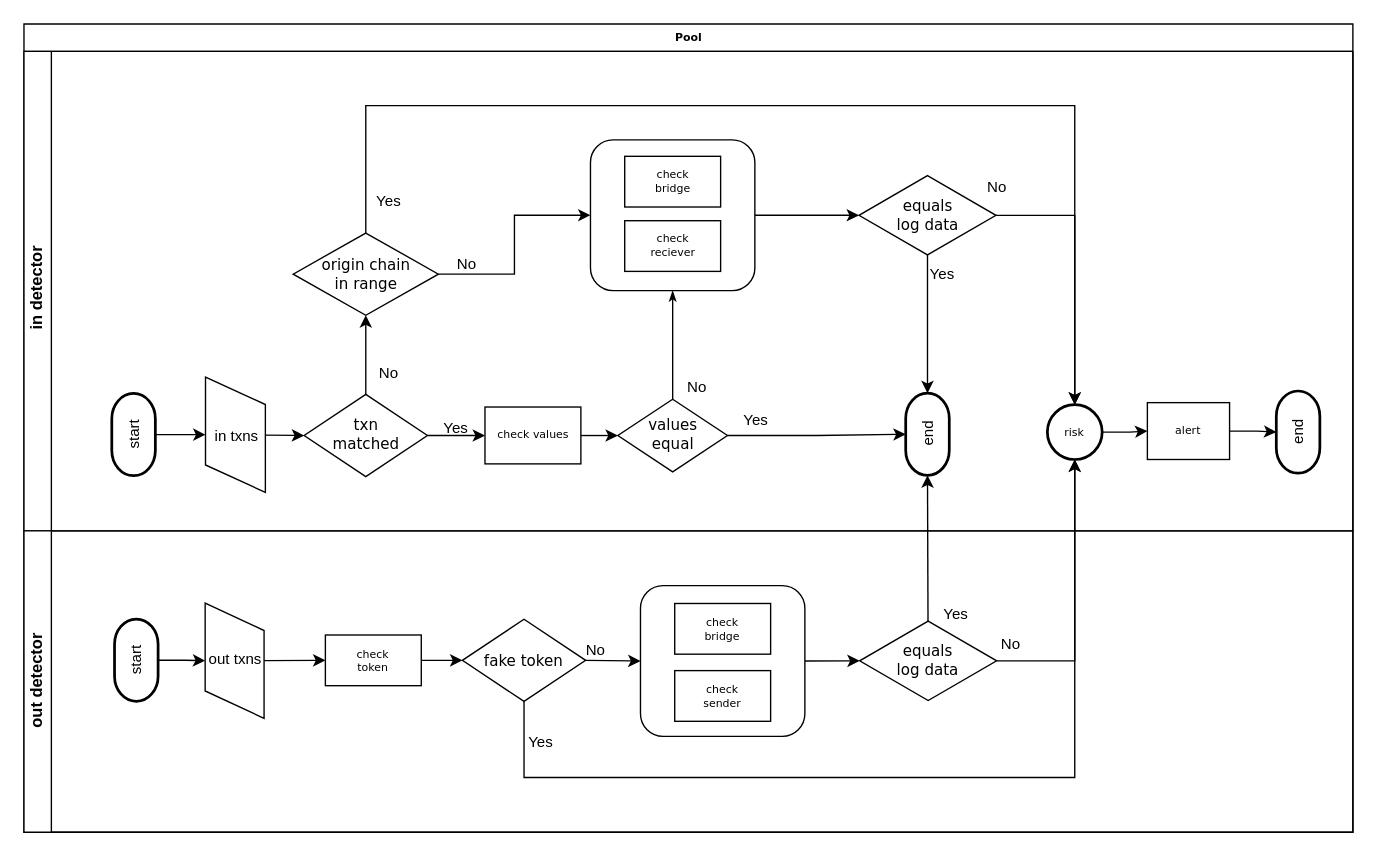
The draw.io diagram page "Page-1" (1 of 2) of 未命名绘图.drawio in newTechToX/cross_chain, before the edit. Source tidied: cells renumbered, new cells numbered last; positions are measured from the earlier drawing's top-left corner, leaving out a move shared by most shapes. Both pictures are drawn from the tidied source at 137%, with x=0, y=0 at pixel (23, 23).
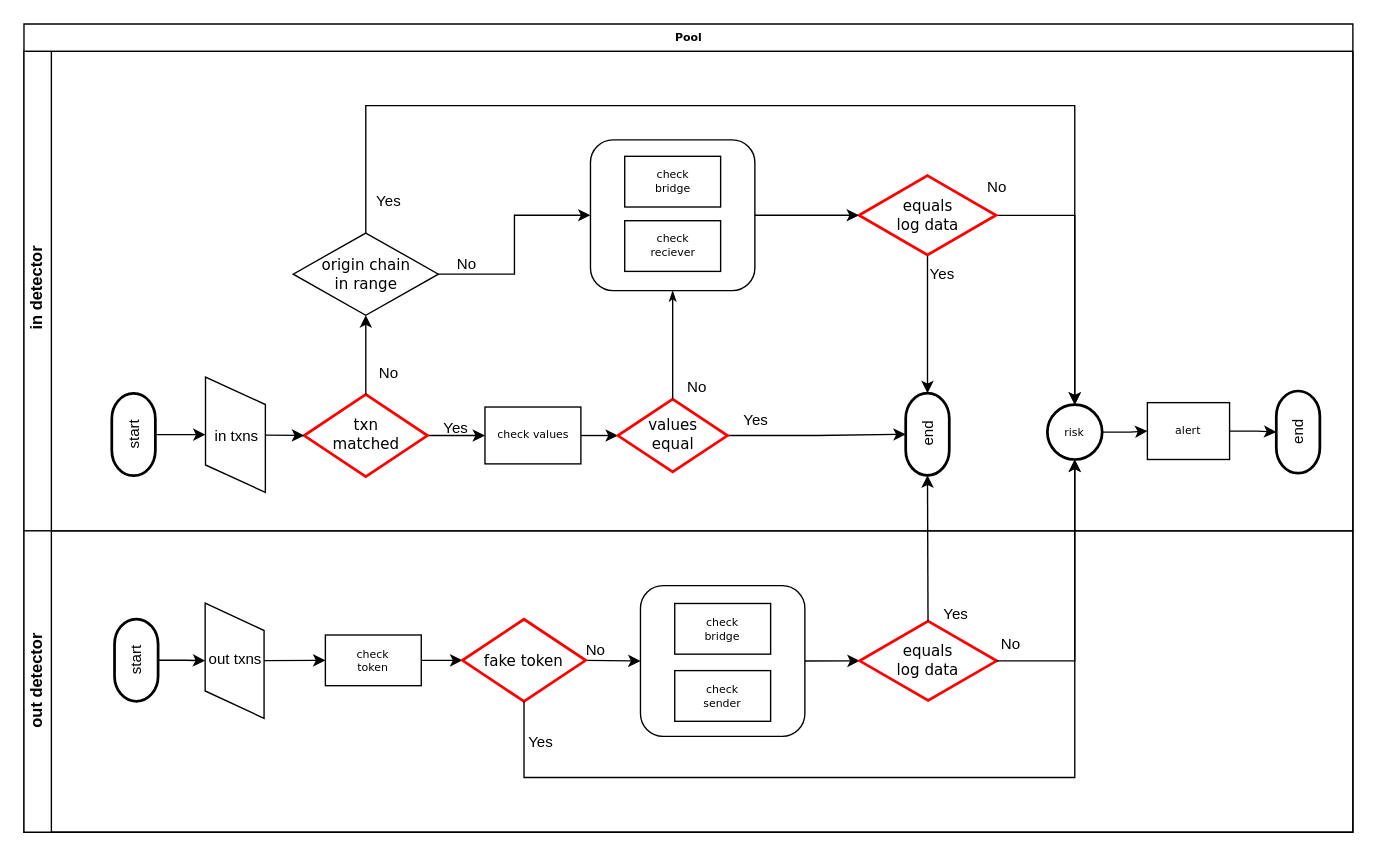
The same page after the edit.

The change refers to these unchanged cells:
```xml
<mxCell id="3" value="&amp;nbsp;in detector" style="swimlane;html=1;startSize=20;horizontal=0;" parent="2" vertex="1">
  <mxGeometry y="20" width="970" height="350" as="geometry" />
</mxCell>
<mxCell id="41" value="out detector" style="swimlane;html=1;startSize=20;horizontal=0;" parent="2" vertex="1">
  <mxGeometry y="370" width="970" height="220" as="geometry" />
</mxCell>
```

What changed in the source:
```diff
@@
-    <mxCell id="5" value="&lt;font style=&quot;font-size: 11px;&quot;&gt;txn&lt;br&gt;matched&lt;/font&gt;" style="strokeWidth=1;html=1;shape=mxgraph.flowchart.decision;whiteSpace=wrap;rounded=1;shadow=0;labelBackgroundColor=none;fontFamily=Verdana;fontSize=8;align=center;" parent="3" vertex="1">
+    <mxCell id="5" value="&lt;font style=&quot;font-size: 11px;&quot;&gt;txn&lt;br&gt;matched&lt;/font&gt;" style="strokeWidth=2;html=1;shape=mxgraph.flowchart.decision;whiteSpace=wrap;rounded=1;shadow=0;labelBackgroundColor=none;fontFamily=Verdana;fontSize=8;align=center;strokeColor=#FF0000;" parent="3" vertex="1">
       <mxGeometry x="204.5" y="250.4" width="90" height="60" as="geometry" />
     </mxCell>
@@
-    <mxCell id="9" value="&lt;span style=&quot;font-size: 11px;&quot;&gt;values&lt;br&gt;equal&lt;br&gt;&lt;/span&gt;" style="strokeWidth=1;html=1;shape=mxgraph.flowchart.decision;whiteSpace=wrap;rounded=1;shadow=0;labelBackgroundColor=none;fontFamily=Verdana;fontSize=8;align=center;" parent="3" vertex="1">
+    <mxCell id="9" value="&lt;span style=&quot;font-size: 11px;&quot;&gt;values&lt;br&gt;equal&lt;br&gt;&lt;/span&gt;" style="strokeWidth=2;html=1;shape=mxgraph.flowchart.decision;whiteSpace=wrap;rounded=1;shadow=0;labelBackgroundColor=none;fontFamily=Verdana;fontSize=8;align=center;strokeColor=#FF0000;" parent="3" vertex="1">
       <mxGeometry x="433.5" y="253.9" width="80" height="53" as="geometry" />
     </mxCell>
@@
-    <mxCell id="23" value="&lt;span style=&quot;font-size: 11px;&quot;&gt;equals &lt;br&gt;log data&lt;br&gt;&lt;/span&gt;" style="strokeWidth=1;html=1;shape=mxgraph.flowchart.decision;whiteSpace=wrap;rounded=1;shadow=0;labelBackgroundColor=none;fontFamily=Verdana;fontSize=8;align=center;" parent="3" vertex="1">
+    <mxCell id="23" value="&lt;span style=&quot;font-size: 11px;&quot;&gt;equals &lt;br&gt;log data&lt;br&gt;&lt;/span&gt;" style="strokeWidth=2;html=1;shape=mxgraph.flowchart.decision;whiteSpace=wrap;rounded=1;shadow=0;labelBackgroundColor=none;fontFamily=Verdana;fontSize=8;align=center;strokeColor=#FF0000;" parent="3" vertex="1">
       <mxGeometry x="609.5" y="90.7" width="100" height="57.9" as="geometry" />
     </mxCell>
@@
-    <mxCell id="54" value="&lt;span style=&quot;font-size: 11px;&quot;&gt;fake token&lt;/span&gt;" style="strokeWidth=1;html=1;shape=mxgraph.flowchart.decision;whiteSpace=wrap;rounded=1;shadow=0;labelBackgroundColor=none;fontFamily=Verdana;fontSize=8;align=center;" parent="41" vertex="1">
+    <mxCell id="54" value="&lt;span style=&quot;font-size: 11px;&quot;&gt;fake token&lt;/span&gt;" style="strokeWidth=2;html=1;shape=mxgraph.flowchart.decision;whiteSpace=wrap;rounded=1;shadow=0;labelBackgroundColor=none;fontFamily=Verdana;fontSize=8;align=center;strokeColor=#FF0000;" parent="41" vertex="1">
       <mxGeometry x="320" y="64.5" width="90" height="60" as="geometry" />
     </mxCell>
@@
-    <mxCell id="56" value="&lt;span style=&quot;font-size: 11px;&quot;&gt;equals &lt;br&gt;log data&lt;br&gt;&lt;/span&gt;" style="strokeWidth=1;html=1;shape=mxgraph.flowchart.decision;whiteSpace=wrap;rounded=1;shadow=0;labelBackgroundColor=none;fontFamily=Verdana;fontSize=8;align=center;" parent="41" vertex="1">
+    <mxCell id="56" value="&lt;span style=&quot;font-size: 11px;&quot;&gt;equals &lt;br&gt;log data&lt;br&gt;&lt;/span&gt;" style="strokeWidth=2;html=1;shape=mxgraph.flowchart.decision;whiteSpace=wrap;rounded=1;shadow=0;labelBackgroundColor=none;fontFamily=Verdana;fontSize=8;align=center;strokeColor=#FF0000;" parent="41" vertex="1">
       <mxGeometry x="610" y="65.9" width="100" height="57.9" as="geometry" />
     </mxCell>
```
